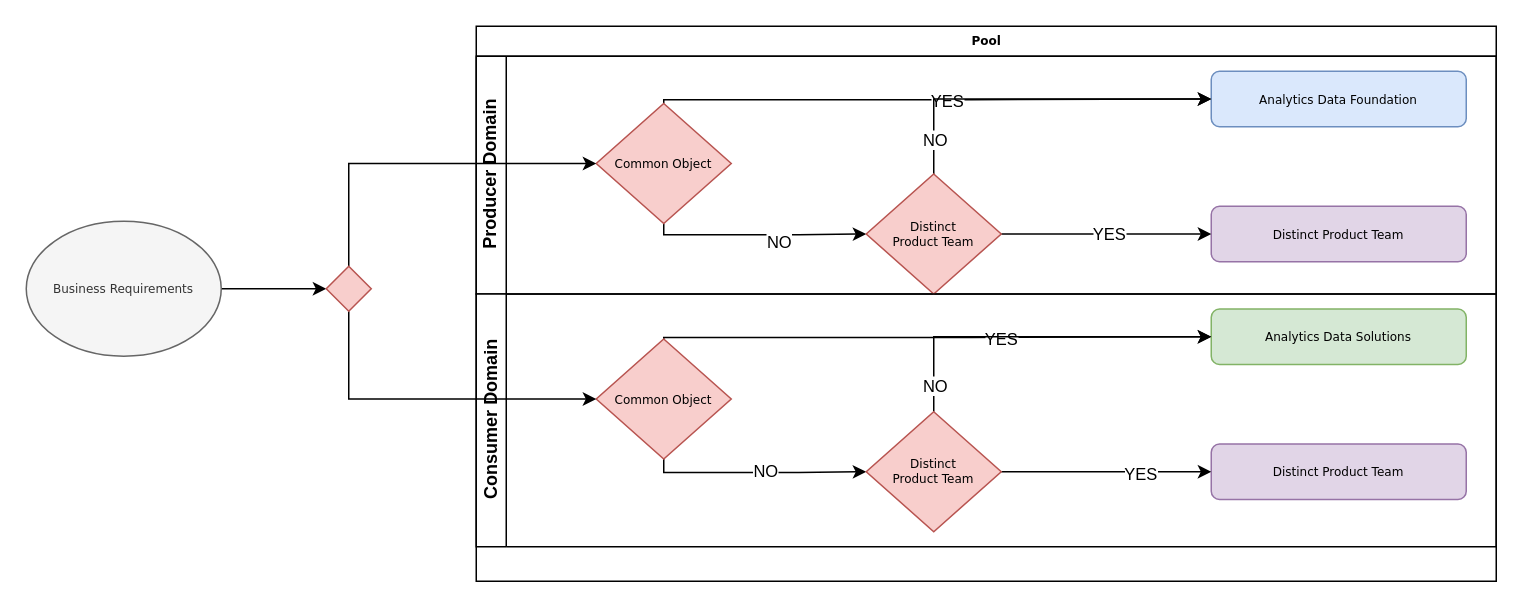
Above: Untitled Diagram.drawio in markusforster/lora_weatherstation (draw.io), before the change. Source tidied: cells renumbered, new cells numbered last; positions are measured from the earlier drawing's top-left corner, leaving out a move shared by most shapes. Both pictures are drawn from the tidied source at 150%, with x=0, y=0 at pixel (26, 26).
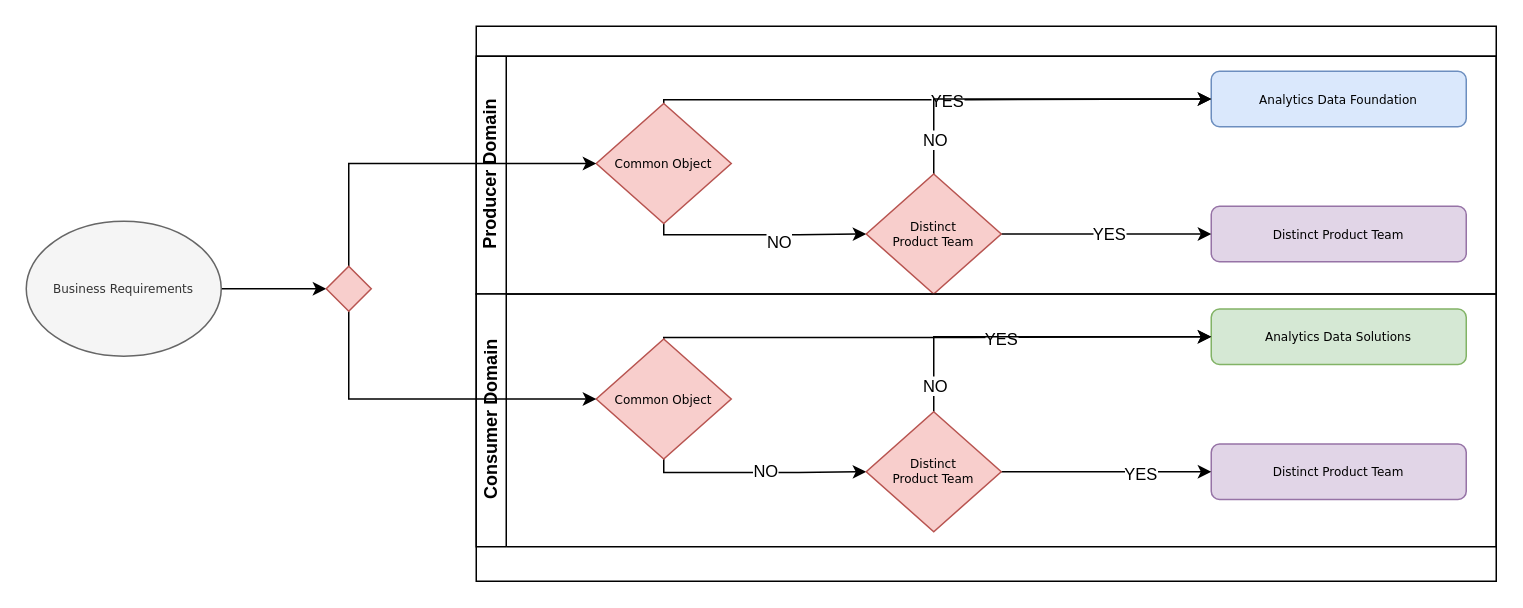
The same diagram, later.

Change to the diagram source:
```diff
@@
-    <mxCell id="2" value="Pool" style="swimlane;html=1;horizontal=1;startSize=20;rounded=0;shadow=0;labelBackgroundColor=none;strokeWidth=1;fontFamily=Verdana;fontSize=8;align=center;" parent="1" vertex="1">
+    <mxCell id="2" style="swimlane;html=1;horizontal=1;startSize=20;rounded=0;shadow=0;labelBackgroundColor=none;strokeWidth=1;fontFamily=Verdana;fontSize=8;align=center;" parent="1" vertex="1">
       <mxGeometry x="300" width="680" height="370" as="geometry" />
     </mxCell>
```
